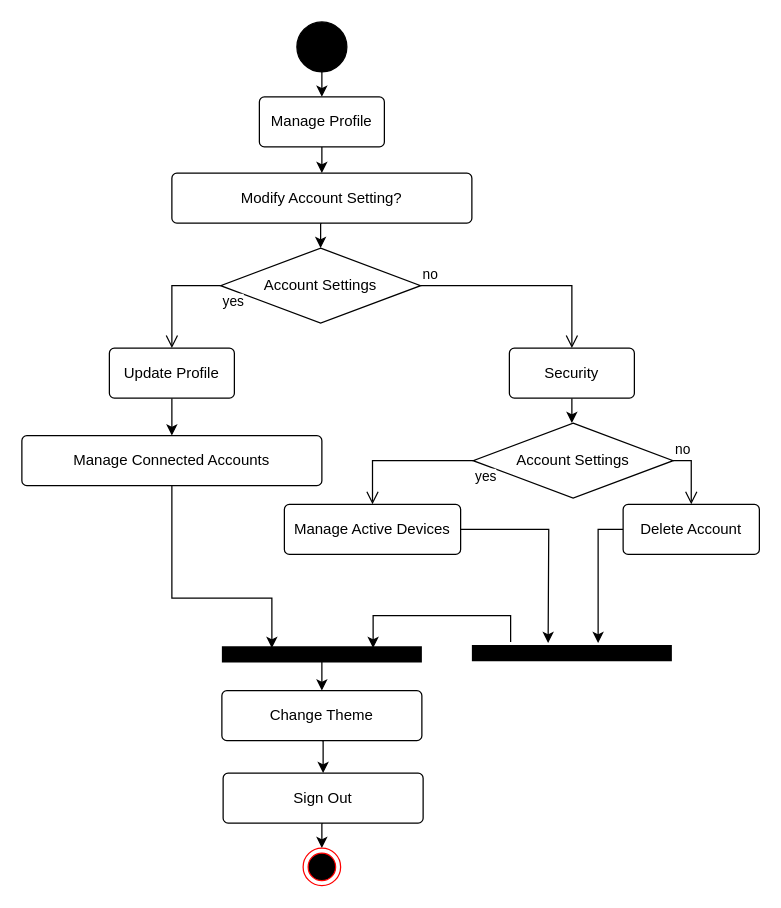
Above: Profile Module.drawio in Harshul1484/BMP- (draw.io), before the change. Source tidied: cells renumbered, new cells numbered last; positions are measured from the earlier drawing's top-left corner, leaving out a move shared by most shapes. Both pictures are drawn from the tidied source at 125%, with x=0, y=0 at pixel (21, 21).
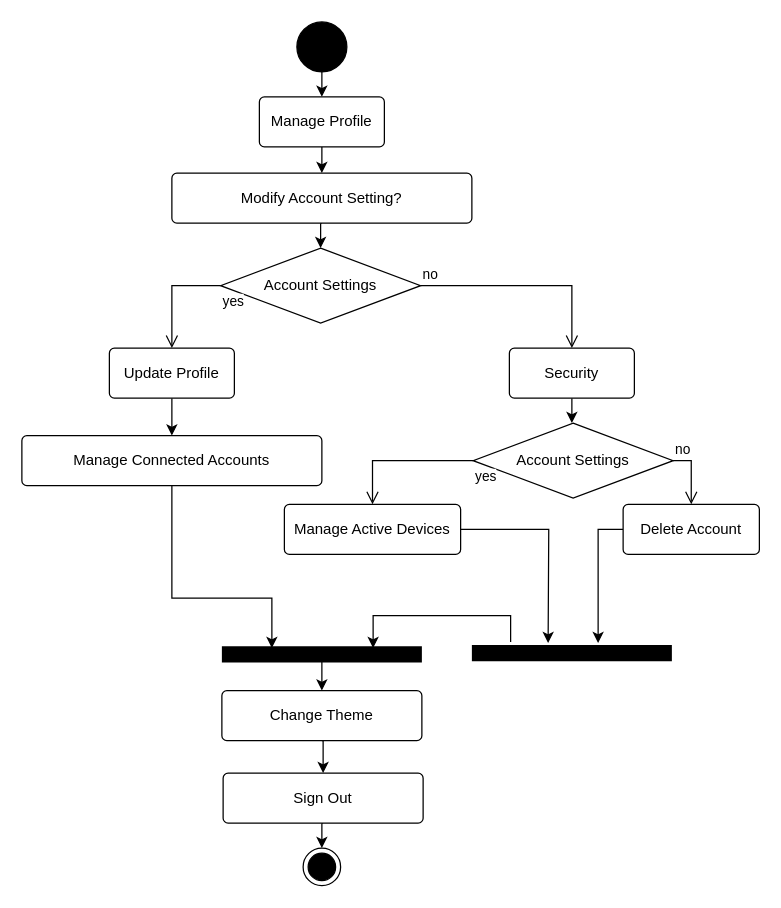
The same page after the edit.

What changed in the source:
```diff
@@
-    <mxCell id="32" style="ellipse;html=1;shape=endState;fillColor=#000000;strokeColor=#ff0000;" parent="1" vertex="1">
+    <mxCell id="32" style="ellipse;html=1;shape=endState;fillColor=#000000;strokeColor=#000000;" parent="1" vertex="1">
       <mxGeometry x="225" y="661" width="30" height="30" as="geometry" />
     </mxCell>
```
